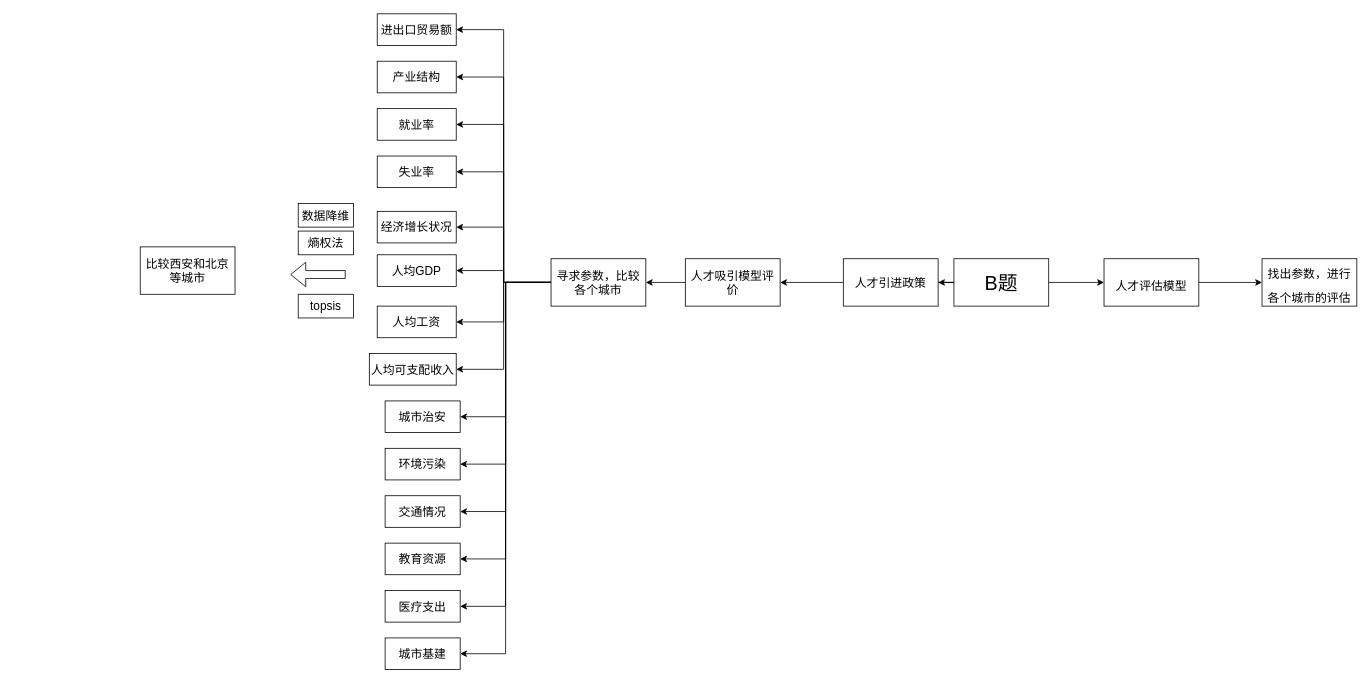
Above: shumo.drawio in haoran0313/diagrams (draw.io), before the change. Source tidied: cells renumbered, new cells numbered last; positions are measured from the earlier drawing's top-left corner, leaving out a move shared by most shapes. Both pictures are drawn from the tidied source at 79%, with x=0, y=0 at pixel (140, 13).
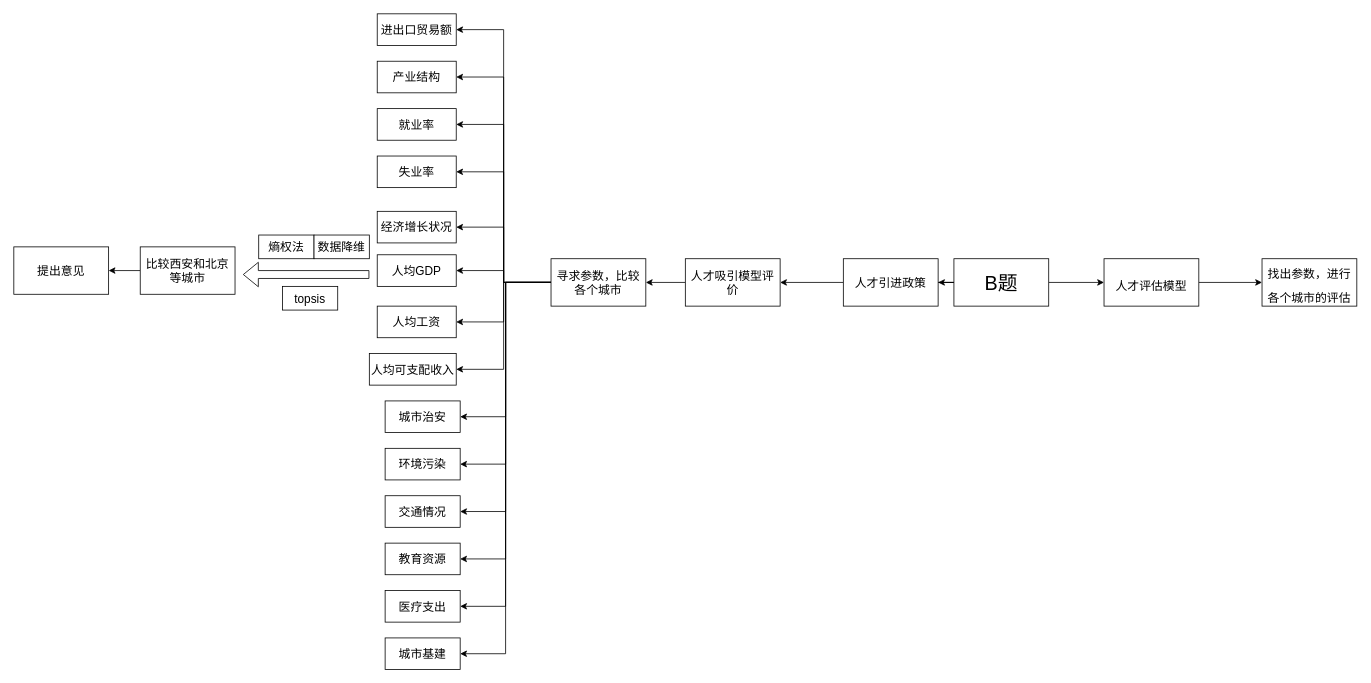
The same diagram, later.

Unchanged cells that the change refers to:
```xml
<mxCell id="42" value="比较西安和北京等城市" style="rounded=0;whiteSpace=wrap;html=1;fontSize=15;" parent="1" vertex="1">
  <mxGeometry y="295" width="120" height="60" as="geometry" />
</mxCell>
```

What changed in the source:
```diff
@@
     <mxCell id="41" style="shape=flexArrow;endArrow=classic;html=1;rounded=0;fontSize=15;" parent="1" edge="1">
       <mxGeometry relative="1" as="geometry">
-        <mxPoint x="260" y="330" as="sourcePoint" />
-        <mxPoint x="190" y="330" as="targetPoint" />
+        <mxPoint x="290" y="330" as="sourcePoint" />
+        <mxPoint x="130" y="330" as="targetPoint" />
       </mxGeometry>
     </mxCell>
+    <mxCell id="46" style="edgeStyle=orthogonalEdgeStyle;rounded=0;jettySize=auto;html=1;fontSize=15;" parent="1" edge="1" source="42" target="47">
+      <mxGeometry relative="1" as="geometry" />
+    </mxCell>
@@
     <mxCell id="43" value="topsis" style="rounded=0;whiteSpace=wrap;html=1;fontSize=15;" parent="1" vertex="1">
-      <mxGeometry x="200" y="355" width="70" height="30" as="geometry" />
+      <mxGeometry x="180" y="345" width="70" height="30" as="geometry" />
     </mxCell>
     <mxCell id="44" value="熵权法" style="rounded=0;whiteSpace=wrap;html=1;fontSize=15;" parent="1" vertex="1">
-      <mxGeometry x="200" y="275" width="70" height="30" as="geometry" />
+      <mxGeometry x="150" y="280" width="70" height="30" as="geometry" />
     </mxCell>
     <mxCell id="45" value="数据降维" style="rounded=0;whiteSpace=wrap;html=1;fontSize=15;" parent="1" vertex="1">
-      <mxGeometry x="200" y="240" width="70" height="30" as="geometry" />
+      <mxGeometry x="220" y="280" width="70" height="30" as="geometry" />
     </mxCell>
+    <mxCell id="47" value="提出意见" style="rounded=0;whiteSpace=wrap;html=1;fontSize=15;" parent="1" vertex="1">
+      <mxGeometry x="-160" y="295" width="120" height="60" as="geometry" />
+    </mxCell>
```
